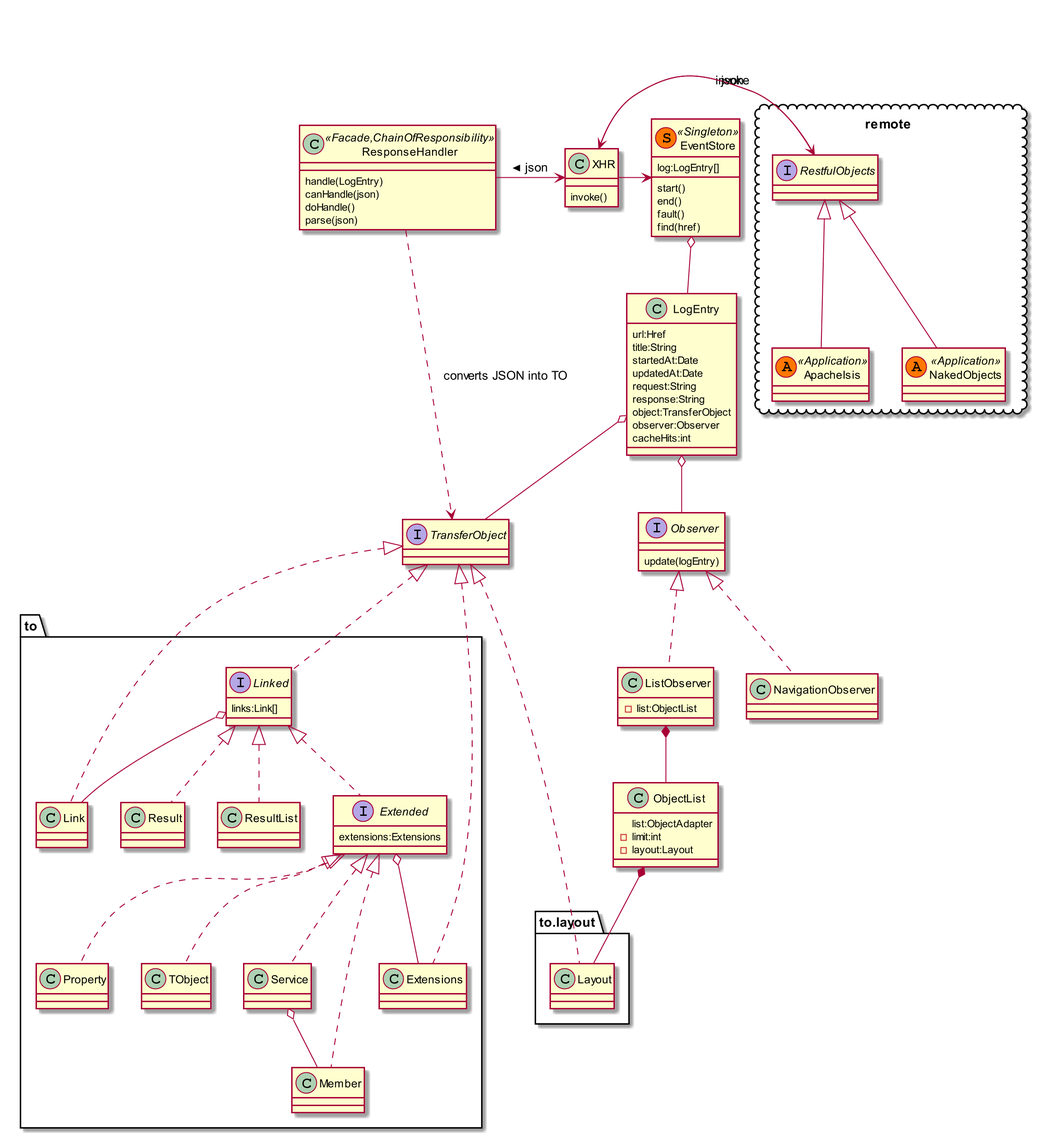
Above: images/uml-overview.png in apache/causeway (PlantUML), before the change.
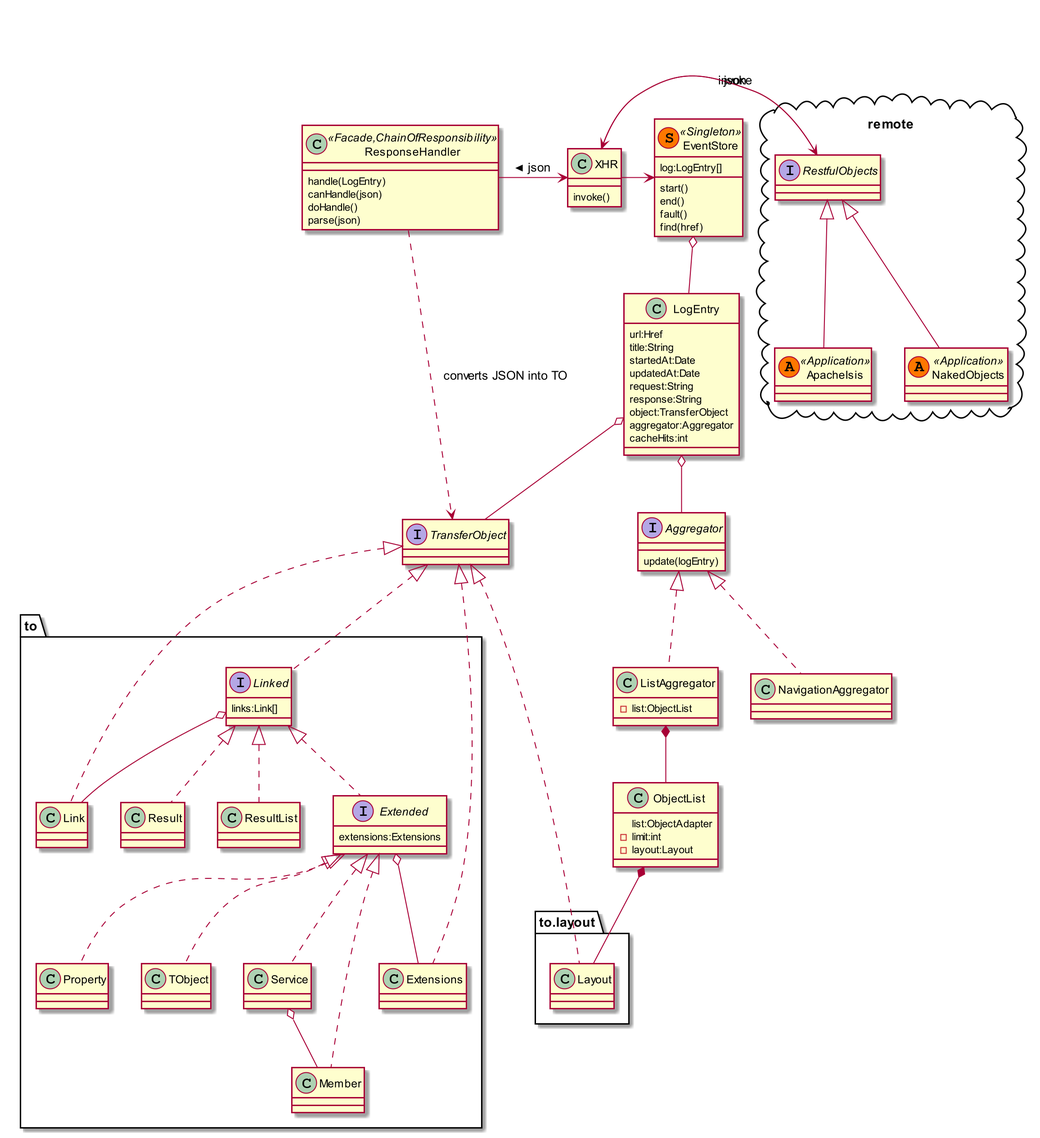
After the change.

What changed in the source:
```diff
@@ -22,12 +22,12 @@
     request:String
     response:String
     object:TransferObject
-    observer:Observer
+    aggregator:Aggregator
     cacheHits:int
 }
 EventStore o-- LogEntry
 LogEntry o-- TransferObject
-LogEntry o-- Observer
+LogEntry o-- Aggregator
 
 class ResponseHandler<<Facade,ChainOfResponsibility>>{
     handle(LogEntry)
@@ -75,17 +75,17 @@
 to.Extended <|.. to.Member
 to.Service o-- to.Member
 
-interface Observer {
+interface Aggregator {
     update(logEntry)
 }
-class ListObserver {
+class ListAggregator {
     -list:ObjectList
 }
-ListObserver *-- ObjectList
-Observer <|.. ListObserver
+ListAggregator *-- ObjectList
+Aggregator <|.. ListAggregator
 
-class NavigationObserver
-Observer <|.. NavigationObserver
+class NavigationAggregator
+Aggregator <|.. NavigationAggregator
 
 class ObjectList {
     list:ObjectAdapter
```
